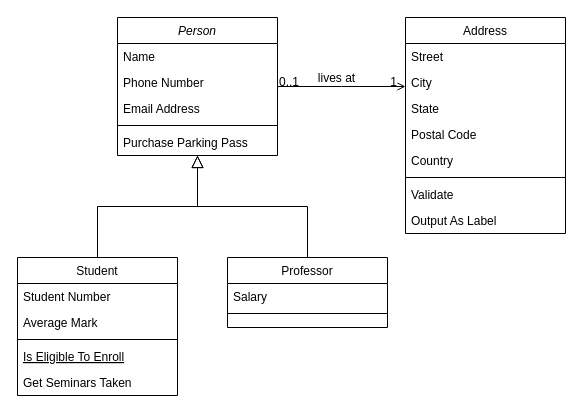
Before: Diagrama de clases/DClases-zoológico.drawio in GRMiguelAngel/ETS, a draw.io diagram. Source tidied: cells renumbered, new cells numbered last; positions are measured from the earlier drawing's top-left corner, leaving out a move shared by most shapes. Both pictures are drawn from the tidied source at 100%, with x=0, y=0 at pixel (17, 17).
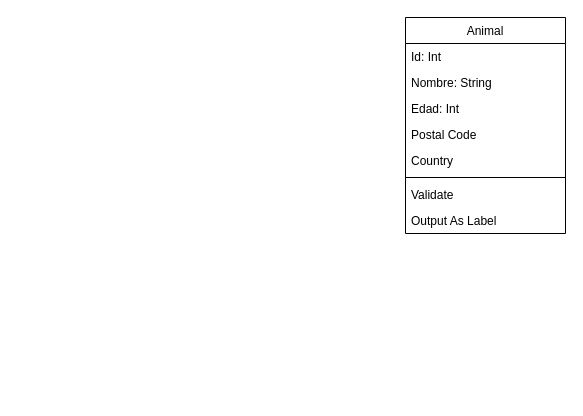
After the change.

The edit, as a diff of the source:
```diff
@@
-    <mxCell id="2" value="Person" style="swimlane;fontStyle=2;align=center;verticalAlign=top;horizontal=1;startSize=26;rounded=0;shadow=0;strokeWidth=1;" parent="1" vertex="1">
-      <mxGeometry x="100" width="160" height="138" as="geometry" />
-    </mxCell>
-    <mxCell id="3" value="Name" style="text;align=left;verticalAlign=top;spacingLeft=4;spacingRight=4;overflow=hidden;" parent="2" vertex="1">
-      <mxGeometry y="26" width="160" height="26" as="geometry" />
-    </mxCell>
-    <mxCell id="4" value="Phone Number" style="text;align=left;verticalAlign=top;spacingLeft=4;spacingRight=4;overflow=hidden;rounded=0;shadow=0;html=0;" parent="2" vertex="1">
-      <mxGeometry y="52" width="160" height="26" as="geometry" />
-    </mxCell>
-    <mxCell id="5" value="Email Address" style="text;align=left;verticalAlign=top;spacingLeft=4;spacingRight=4;overflow=hidden;rounded=0;shadow=0;html=0;" parent="2" vertex="1">
-      <mxGeometry y="78" width="160" height="26" as="geometry" />
-    </mxCell>
-    <mxCell id="6" style="line;html=1;strokeWidth=1;align=left;verticalAlign=middle;spacingTop=-1;spacingLeft=3;spacingRight=3;labelPosition=right;" parent="2" vertex="1">
-      <mxGeometry y="104" width="160" height="8" as="geometry" />
-    </mxCell>
-    <mxCell id="7" value="Purchase Parking Pass" style="text;align=left;verticalAlign=top;spacingLeft=4;spacingRight=4;overflow=hidden;" parent="2" vertex="1">
-      <mxGeometry y="112" width="160" height="26" as="geometry" />
-    </mxCell>
-    <mxCell id="8" value="Student" style="swimlane;fontStyle=0;align=center;verticalAlign=top;horizontal=1;startSize=26;rounded=0;shadow=0;strokeWidth=1;" parent="1" vertex="1">
-      <mxGeometry y="240" width="160" height="138" as="geometry" />
-    </mxCell>
-    <mxCell id="9" value="Student Number" style="text;align=left;verticalAlign=top;spacingLeft=4;spacingRight=4;overflow=hidden;" parent="8" vertex="1">
-      <mxGeometry y="26" width="160" height="26" as="geometry" />
-    </mxCell>
-    <mxCell id="10" value="Average Mark" style="text;align=left;verticalAlign=top;spacingLeft=4;spacingRight=4;overflow=hidden;rounded=0;shadow=0;html=0;" parent="8" vertex="1">
-      <mxGeometry y="52" width="160" height="26" as="geometry" />
-    </mxCell>
-    <mxCell id="11" style="line;html=1;strokeWidth=1;align=left;verticalAlign=middle;spacingTop=-1;spacingLeft=3;spacingRight=3;labelPosition=right;" parent="8" vertex="1">
-      <mxGeometry y="78" width="160" height="8" as="geometry" />
-    </mxCell>
-    <mxCell id="12" value="Is Eligible To Enroll" style="text;align=left;verticalAlign=top;spacingLeft=4;spacingRight=4;overflow=hidden;fontStyle=4;" parent="8" vertex="1">
-      <mxGeometry y="86" width="160" height="26" as="geometry" />
-    </mxCell>
-    <mxCell id="13" value="Get Seminars Taken" style="text;align=left;verticalAlign=top;spacingLeft=4;spacingRight=4;overflow=hidden;" parent="8" vertex="1">
-      <mxGeometry y="112" width="160" height="26" as="geometry" />
-    </mxCell>
-    <mxCell id="14" style="endArrow=block;endSize=10;endFill=0;shadow=0;strokeWidth=1;rounded=0;edgeStyle=elbowEdgeStyle;elbow=vertical;" parent="1" edge="1" source="8" target="2">
-      <mxGeometry relative="1" as="geometry" />
-    </mxCell>
-    <mxCell id="15" value="Professor" style="swimlane;fontStyle=0;align=center;verticalAlign=top;horizontal=1;startSize=26;rounded=0;shadow=0;strokeWidth=1;" parent="1" vertex="1">
-      <mxGeometry x="210" y="240" width="160" height="70" as="geometry" />
-    </mxCell>
-    <mxCell id="16" value="Salary" style="text;align=left;verticalAlign=top;spacingLeft=4;spacingRight=4;overflow=hidden;" parent="15" vertex="1">
-      <mxGeometry y="26" width="160" height="26" as="geometry" />
-    </mxCell>
-    <mxCell id="17" style="line;html=1;strokeWidth=1;align=left;verticalAlign=middle;spacingTop=-1;spacingLeft=3;spacingRight=3;labelPosition=right;" parent="15" vertex="1">
-      <mxGeometry y="52" width="160" height="8" as="geometry" />
-    </mxCell>
-    <mxCell id="18" style="endArrow=block;endSize=10;endFill=0;shadow=0;strokeWidth=1;rounded=0;edgeStyle=elbowEdgeStyle;elbow=vertical;" parent="1" edge="1" source="15" target="2">
-      <mxGeometry relative="1" as="geometry" />
-    </mxCell>
-    <mxCell id="19" value="Address" style="swimlane;fontStyle=0;align=center;verticalAlign=top;horizontal=1;startSize=26;rounded=0;shadow=0;strokeWidth=1;" parent="1" vertex="1">
+    <mxCell id="19" value="Animal" style="swimlane;fontStyle=0;align=center;verticalAlign=top;horizontal=1;startSize=26;rounded=0;shadow=0;strokeWidth=1;" parent="1" vertex="1">
       <mxGeometry x="388" width="160" height="216" as="geometry" />
     </mxCell>
-    <mxCell id="20" value="Street" style="text;align=left;verticalAlign=top;spacingLeft=4;spacingRight=4;overflow=hidden;" parent="19" vertex="1">
+    <mxCell id="20" value="Id: Int" style="text;align=left;verticalAlign=top;spacingLeft=4;spacingRight=4;overflow=hidden;" parent="19" vertex="1">
       <mxGeometry y="26" width="160" height="26" as="geometry" />
     </mxCell>
-    <mxCell id="21" value="City" style="text;align=left;verticalAlign=top;spacingLeft=4;spacingRight=4;overflow=hidden;rounded=0;shadow=0;html=0;" parent="19" vertex="1">
+    <mxCell id="21" value="Nombre: String" style="text;align=left;verticalAlign=top;spacingLeft=4;spacingRight=4;overflow=hidden;rounded=0;shadow=0;html=0;" parent="19" vertex="1">
       <mxGeometry y="52" width="160" height="26" as="geometry" />
     </mxCell>
-    <mxCell id="22" value="State" style="text;align=left;verticalAlign=top;spacingLeft=4;spacingRight=4;overflow=hidden;rounded=0;shadow=0;html=0;" parent="19" vertex="1">
+    <mxCell id="22" value="Edad: Int" style="text;align=left;verticalAlign=top;spacingLeft=4;spacingRight=4;overflow=hidden;rounded=0;shadow=0;html=0;" parent="19" vertex="1">
       <mxGeometry y="78" width="160" height="26" as="geometry" />
     </mxCell>
@@
-    <mxCell id="28" style="endArrow=open;shadow=0;strokeWidth=1;rounded=0;endFill=1;edgeStyle=elbowEdgeStyle;elbow=vertical;" parent="1" edge="1" source="2" target="19">
-      <mxGeometry x="0.5" y="41" relative="1" as="geometry">
-        <mxPoint x="-40" y="32" as="offset" />
-      </mxGeometry>
-    </mxCell>
-    <mxCell id="29" value="0..1" style="align=left;verticalAlign=bottom;labelBackgroundColor=none;fontSize=12;" parent="28" vertex="1">
-      <mxGeometry x="-1" relative="1" as="geometry">
-        <mxPoint y="4" as="offset" />
-      </mxGeometry>
-    </mxCell>
-    <mxCell id="30" value="1" style="align=right;verticalAlign=bottom;labelBackgroundColor=none;fontSize=12;" parent="28" vertex="1">
-      <mxGeometry x="1" relative="1" as="geometry">
-        <mxPoint x="-7" y="4" as="offset" />
-      </mxGeometry>
-    </mxCell>
-    <mxCell id="31" value="lives at" style="text;html=1;align=center;verticalAlign=middle;labelBackgroundColor=none;rounded=0;shadow=0;strokeWidth=1;fontSize=12;" parent="28" vertex="1">
-      <mxGeometry x="0.5" y="49" relative="1" as="geometry">
-        <mxPoint x="-38" y="40" as="offset" />
-      </mxGeometry>
-    </mxCell>
```
